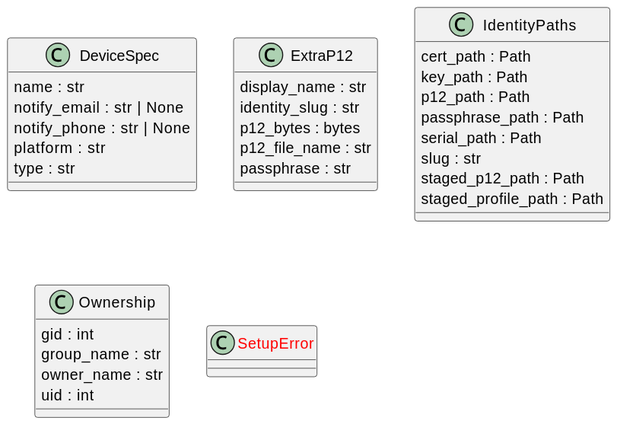
The PlantUML diagram docs/diagrams/python-classes.puml.svg in casonk/wiring-harness, before a commit.
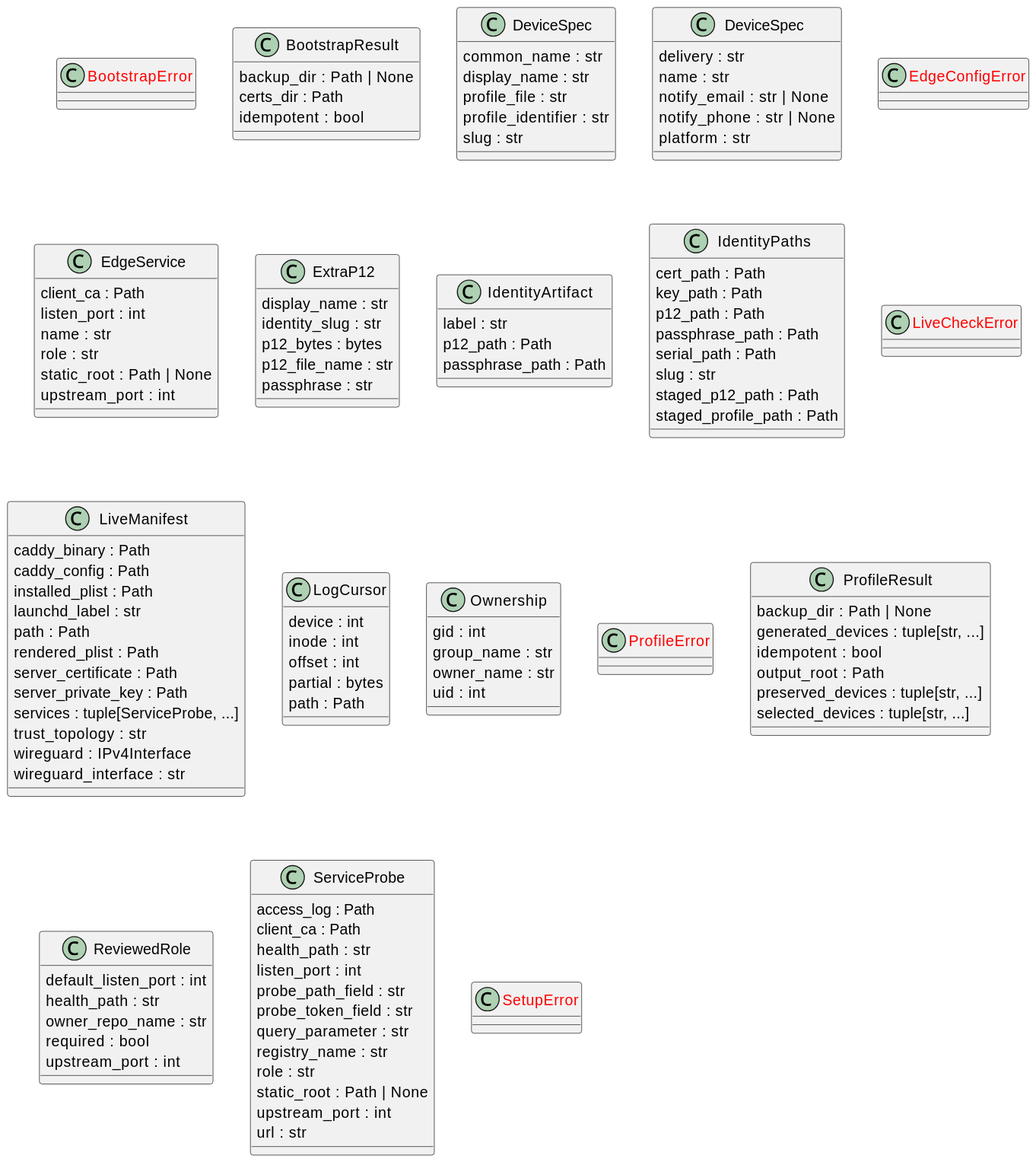
After the commit.

The edit, as a diff of the source:
```diff
@@ -1,11 +1,35 @@
 @startuml
 set namespaceSeparator none
+class "<color:red>BootstrapError</color>" as bootstrap_macos_air_pki.BootstrapError {
+}
+class "BootstrapResult" as bootstrap_macos_air_pki.BootstrapResult {
+  backup_dir : Path | None
+  certs_dir : Path
+  idempotent : bool
+}
+class "DeviceSpec" as export_macos_air_profiles.DeviceSpec {
+  common_name : str
+  display_name : str
+  profile_file : str
+  profile_identifier : str
+  slug : str
+}
 class "DeviceSpec" as export_mtls_profile.DeviceSpec {
+  delivery : str
   name : str
   notify_email : str | None
   notify_phone : str | None
   platform : str
-  type : str
+}
+class "<color:red>EdgeConfigError</color>" as render_macos_private_edge.EdgeConfigError {
+}
+class "EdgeService" as render_macos_private_edge.EdgeService {
+  client_ca : Path
+  listen_port : int
+  name : str
+  role : str
+  static_root : Path | None
+  upstream_port : int
 }
 class "ExtraP12" as export_mtls_profile.ExtraP12 {
   display_name : str
@@ -13,6 +37,11 @@
   p12_bytes : bytes
   p12_file_name : str
   passphrase : str
+}
+class "IdentityArtifact" as inspect_mtls_device.IdentityArtifact {
+  label : str
+  p12_path : Path
+  passphrase_path : Path
 }
 class "IdentityPaths" as export_mtls_profile.IdentityPaths {
   cert_path : Path
@@ -24,12 +53,66 @@
   staged_p12_path : Path
   staged_profile_path : Path
 }
+class "<color:red>LiveCheckError</color>" as check_macos_air_live.LiveCheckError {
+}
+class "LiveManifest" as check_macos_air_live.LiveManifest {
+  caddy_binary : Path
+  caddy_config : Path
+  installed_plist : Path
+  launchd_label : str
+  path : Path
+  rendered_plist : Path
+  server_certificate : Path
+  server_private_key : Path
+  services : tuple[ServiceProbe, ...]
+  trust_topology : str
+  wireguard : IPv4Interface
+  wireguard_interface : str
+}
+class "LogCursor" as check_macos_air_live.LogCursor {
+  device : int
+  inode : int
+  offset : int
+  partial : bytes
+  path : Path
+}
 class "Ownership" as export_mtls_profile.Ownership {
   gid : int
   group_name : str
   owner_name : str
   uid : int
 }
+class "<color:red>ProfileError</color>" as export_macos_air_profiles.ProfileError {
+}
+class "ProfileResult" as export_macos_air_profiles.ProfileResult {
+  backup_dir : Path | None
+  generated_devices : tuple[str, ...]
+  idempotent : bool
+  output_root : Path
+  preserved_devices : tuple[str, ...]
+  selected_devices : tuple[str, ...]
+}
+class "ReviewedRole" as render_macos_private_edge.ReviewedRole {
+  default_listen_port : int
+  health_path : str
+  owner_repo_name : str
+  required : bool
+  upstream_port : int
+}
+class "ServiceProbe" as check_macos_air_live.ServiceProbe {
+  access_log : Path
+  client_ca : Path
+  health_path : str
+  listen_port : int
+  probe_path_field : str
+  probe_token_field : str
+  query_parameter : str
+  registry_name : str
+  role : str
+  static_root : Path | None
+  upstream_port : int
+  url : str
+}
 class "<color:red>SetupError</color>" as export_mtls_profile.SetupError {
 }
 @enduml
```
